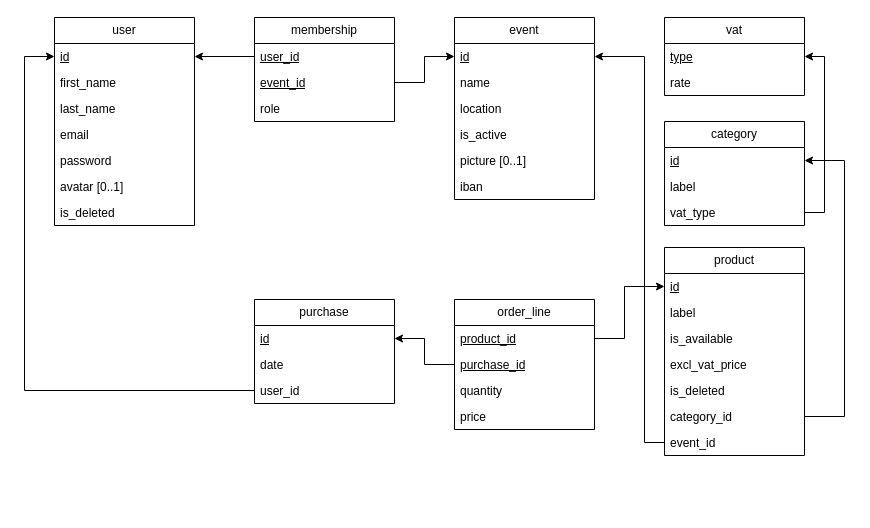
This is database/docs/relational_schema.drawio from maxoux53/smartkiosk, a draw.io file, before an edit. Source tidied: cells renumbered, new cells numbered last; positions are measured from the earlier drawing's top-left corner, leaving out a move shared by most shapes. Both pictures are drawn from the tidied source at 100%, with x=0, y=0 at pixel (24, 17).
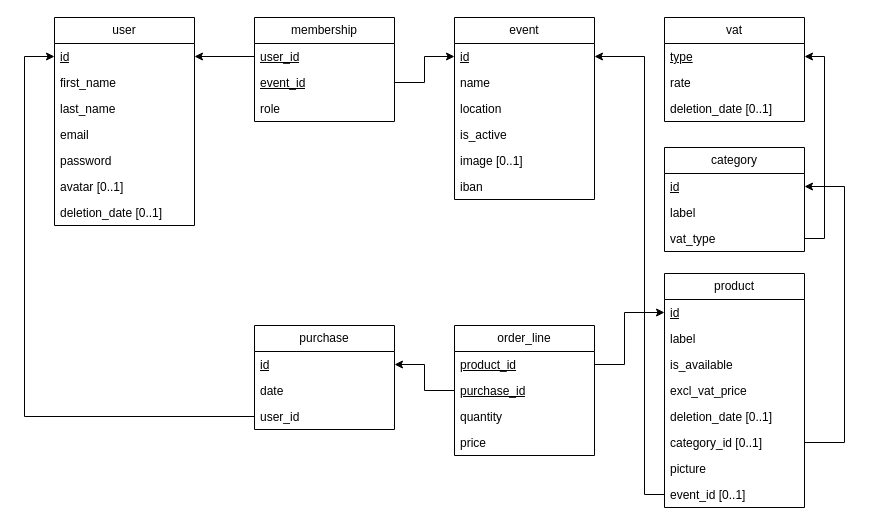
The same diagram, later.

Commit message (it also covers changes not shown here):
docs: make diagrams crud-compatible

Unchanged cells that the change refers to:
```xml
<mxCell id="2" value="user" style="swimlane;fontStyle=0;horizontal=1;startSize=26;fillColor=none;whiteSpace=wrap;html=1;" parent="1" vertex="1">
  <mxGeometry x="30" width="140" height="208" as="geometry" />
</mxCell>
<mxCell id="3" value="id" style="text;strokeColor=none;fillColor=none;align=left;verticalAlign=top;spacingLeft=4;spacingRight=4;overflow=hidden;points=[[0,0.5],[1,0.5]];portConstraint=eastwest;whiteSpace=wrap;html=1;fontStyle=4;" parent="2" vertex="1">
  <mxGeometry y="26" width="140" height="26" as="geometry" />
</mxCell>
<mxCell id="10" value="event" style="swimlane;fontStyle=0;horizontal=1;startSize=26;fillColor=none;whiteSpace=wrap;html=1;" parent="1" vertex="1">
  <mxGeometry x="430" width="140" height="182" as="geometry" />
</mxCell>
<mxCell id="11" value="id" style="text;strokeColor=none;fillColor=none;align=left;verticalAlign=top;spacingLeft=4;spacingRight=4;overflow=hidden;points=[[0,0.5],[1,0.5]];portConstraint=eastwest;whiteSpace=wrap;html=1;fontStyle=4;" parent="10" vertex="1">
  <mxGeometry y="26" width="140" height="26" as="geometry" />
</mxCell>
<mxCell id="20" value="user_id" style="text;strokeColor=none;fillColor=none;align=left;verticalAlign=top;spacingLeft=4;spacingRight=4;overflow=hidden;points=[[0,0.5],[1,0.5]];portConstraint=eastwest;whiteSpace=wrap;html=1;" parent="17" vertex="1">
  <mxGeometry y="78" width="140" height="26" as="geometry" />
</mxCell>
<mxCell id="22" value="id" style="text;strokeColor=none;fillColor=none;align=left;verticalAlign=top;spacingLeft=4;spacingRight=4;overflow=hidden;points=[[0,0.5],[1,0.5]];portConstraint=eastwest;whiteSpace=wrap;html=1;fontStyle=4;" parent="21" vertex="1">
  <mxGeometry y="26" width="140" height="26" as="geometry" />
</mxCell>
<mxCell id="30" value="id" style="text;strokeColor=none;fillColor=none;align=left;verticalAlign=top;spacingLeft=4;spacingRight=4;overflow=hidden;points=[[0,0.5],[1,0.5]];portConstraint=eastwest;whiteSpace=wrap;html=1;fontStyle=4;" parent="29" vertex="1">
  <mxGeometry y="26" width="140" height="26" as="geometry" />
</mxCell>
<mxCell id="32" value="vat_type" style="text;strokeColor=none;fillColor=none;align=left;verticalAlign=top;spacingLeft=4;spacingRight=4;overflow=hidden;points=[[0,0.5],[1,0.5]];portConstraint=eastwest;whiteSpace=wrap;html=1;" parent="29" vertex="1">
  <mxGeometry y="78" width="140" height="26" as="geometry" />
</mxCell>
<mxCell id="34" value="type" style="text;strokeColor=none;fillColor=none;align=left;verticalAlign=top;spacingLeft=4;spacingRight=4;overflow=hidden;points=[[0,0.5],[1,0.5]];portConstraint=eastwest;whiteSpace=wrap;html=1;fontStyle=4;" parent="33" vertex="1">
  <mxGeometry y="26" width="140" height="26" as="geometry" />
</mxCell>
<mxCell id="49" value="product_id" style="text;strokeColor=none;fillColor=none;align=left;verticalAlign=top;spacingLeft=4;spacingRight=4;overflow=hidden;points=[[0,0.5],[1,0.5]];portConstraint=eastwest;whiteSpace=wrap;html=1;fontStyle=4;" parent="48" vertex="1">
  <mxGeometry y="26" width="140" height="26" as="geometry" />
</mxCell>
```

What changed in the source:
```diff
@@
-    <mxCell id="9" value="is_deleted" style="text;strokeColor=none;fillColor=none;align=left;verticalAlign=top;spacingLeft=4;spacingRight=4;overflow=hidden;whiteSpace=wrap;html=1;" parent="2" vertex="1">
+    <mxCell id="9" value="deletion_date [0..1]" style="text;strokeColor=none;fillColor=none;align=left;verticalAlign=top;spacingLeft=4;spacingRight=4;overflow=hidden;whiteSpace=wrap;html=1;" parent="2" vertex="1">
       <mxGeometry y="182" width="140" height="26" as="geometry" />
     </mxCell>
@@
-    <mxCell id="15" value="picture [0..1]" style="text;strokeColor=none;fillColor=none;align=left;verticalAlign=top;spacingLeft=4;spacingRight=4;overflow=hidden;whiteSpace=wrap;html=1;" parent="10" vertex="1">
+    <mxCell id="15" value="image [0..1]" style="text;strokeColor=none;fillColor=none;align=left;verticalAlign=top;spacingLeft=4;spacingRight=4;overflow=hidden;whiteSpace=wrap;html=1;" parent="10" vertex="1">
       <mxGeometry y="130" width="140" height="26" as="geometry" />
     </mxCell>
@@
     <mxCell id="17" value="purchase" style="swimlane;fontStyle=0;horizontal=1;startSize=26;fillColor=none;whiteSpace=wrap;html=1;" parent="1" vertex="1">
-      <mxGeometry x="230" y="282" width="140" height="104" as="geometry" />
+      <mxGeometry x="230" y="308" width="140" height="104" as="geometry" />
     </mxCell>
@@
     <mxCell id="21" value="product" style="swimlane;fontStyle=0;horizontal=1;startSize=26;fillColor=none;whiteSpace=wrap;html=1;" parent="1" vertex="1">
-      <mxGeometry x="640" y="230" width="140" height="208" as="geometry" />
+      <mxGeometry x="640" y="256" width="140" height="234" as="geometry" />
     </mxCell>
@@
-    <mxCell id="26" value="is_deleted" style="text;strokeColor=none;fillColor=none;align=left;verticalAlign=top;spacingLeft=4;spacingRight=4;overflow=hidden;whiteSpace=wrap;html=1;" parent="21" vertex="1">
+    <mxCell id="26" value="deletion_date [0..1]" style="text;strokeColor=none;fillColor=none;align=left;verticalAlign=top;spacingLeft=4;spacingRight=4;overflow=hidden;whiteSpace=wrap;html=1;" parent="21" vertex="1">
       <mxGeometry y="130" width="140" height="26" as="geometry" />
     </mxCell>
-    <mxCell id="27" value="category_id" style="text;strokeColor=none;fillColor=none;align=left;verticalAlign=top;spacingLeft=4;spacingRight=4;overflow=hidden;points=[[0,0.5],[1,0.5]];portConstraint=eastwest;whiteSpace=wrap;html=1;" parent="21" vertex="1">
+    <mxCell id="27" value="category_id [0..1]" style="text;strokeColor=none;fillColor=none;align=left;verticalAlign=top;spacingLeft=4;spacingRight=4;overflow=hidden;points=[[0,0.5],[1,0.5]];portConstraint=eastwest;whiteSpace=wrap;html=1;" parent="21" vertex="1">
       <mxGeometry y="156" width="140" height="26" as="geometry" />
     </mxCell>
+    <mxCell id="53" value="picture" style="text;strokeColor=none;fillColor=none;align=left;verticalAlign=top;spacingLeft=4;spacingRight=4;overflow=hidden;whiteSpace=wrap;html=1;" parent="21" vertex="1">
+      <mxGeometry y="182" width="140" height="26" as="geometry" />
+    </mxCell>
-    <mxCell id="28" value="event_id" style="text;strokeColor=none;fillColor=none;align=left;verticalAlign=top;spacingLeft=4;spacingRight=4;overflow=hidden;points=[[0,0.5],[1,0.5]];portConstraint=eastwest;whiteSpace=wrap;html=1;" parent="21" vertex="1">
-      <mxGeometry y="182" width="140" height="26" as="geometry" />
+    <mxCell id="28" value="event_id [0..1]" style="text;strokeColor=none;fillColor=none;align=left;verticalAlign=top;spacingLeft=4;spacingRight=4;overflow=hidden;points=[[0,0.5],[1,0.5]];portConstraint=eastwest;whiteSpace=wrap;html=1;" parent="21" vertex="1">
+      <mxGeometry y="208" width="140" height="26" as="geometry" />
     </mxCell>
     <mxCell id="29" value="category" style="swimlane;fontStyle=0;horizontal=1;startSize=26;fillColor=none;whiteSpace=wrap;html=1;" parent="1" vertex="1">
-      <mxGeometry x="640" y="104" width="140" height="104" as="geometry" />
+      <mxGeometry x="640" y="130" width="140" height="104" as="geometry" />
     </mxCell>
@@
     <mxCell id="33" value="vat" style="swimlane;fontStyle=0;horizontal=1;startSize=26;fillColor=none;whiteSpace=wrap;html=1;" parent="1" vertex="1">
-      <mxGeometry x="640" width="140" height="78" as="geometry" />
+      <mxGeometry x="640" width="140" height="104" as="geometry" />
     </mxCell>
@@
+    <mxCell id="54" value="deletion_date [0..1]" style="text;strokeColor=none;fillColor=none;align=left;verticalAlign=top;spacingLeft=4;spacingRight=4;overflow=hidden;whiteSpace=wrap;html=1;" parent="33" vertex="1">
+      <mxGeometry y="78" width="140" height="26" as="geometry" />
+    </mxCell>
@@
     <mxCell id="42" style="edgeStyle=orthogonalEdgeStyle;rounded=0;jettySize=auto;html=1;exitX=0;exitY=0.5;exitDx=0;exitDy=0;entryX=0;entryY=0.5;entryDx=0;entryDy=0;" parent="1" edge="1" source="20" target="3">
       <mxGeometry relative="1" as="geometry">
         <Array as="points">
-          <mxPoint y="373" />
+          <mxPoint y="399" />
           <mxPoint y="39" />
         </Array>
       </mxGeometry>
     </mxCell>
@@
     <mxCell id="44" style="edgeStyle=orthogonalEdgeStyle;rounded=0;jettySize=auto;html=1;exitX=1;exitY=0.5;exitDx=0;exitDy=0;entryX=0;entryY=0.5;entryDx=0;entryDy=0;" parent="1" edge="1" source="49" target="22">
       <mxGeometry relative="1" as="geometry">
         <Array as="points">
-          <mxPoint x="600" y="321" />
-          <mxPoint x="600" y="269" />
+          <mxPoint x="600" y="347" />
+          <mxPoint x="600" y="295" />
         </Array>
       </mxGeometry>
     </mxCell>
     <mxCell id="45" style="edgeStyle=orthogonalEdgeStyle;rounded=0;jettySize=auto;html=1;exitX=0;exitY=0.5;exitDx=0;exitDy=0;entryX=1;entryY=0.5;entryDx=0;entryDy=0;" parent="1" edge="1" source="28" target="11">
       <mxGeometry relative="1" as="geometry">
         <Array as="points">
-          <mxPoint x="620" y="425" />
+          <mxPoint x="620" y="477" />
           <mxPoint x="620" y="39" />
         </Array>
       </mxGeometry>
     </mxCell>
     <mxCell id="46" style="edgeStyle=orthogonalEdgeStyle;rounded=0;jettySize=auto;html=1;exitX=1;exitY=0.5;exitDx=0;exitDy=0;entryX=1;entryY=0.5;entryDx=0;entryDy=0;" parent="1" edge="1" source="27" target="30">
       <mxGeometry relative="1" as="geometry">
         <Array as="points">
-          <mxPoint x="820" y="399" />
-          <mxPoint x="820" y="143" />
+          <mxPoint x="820" y="425" />
+          <mxPoint x="820" y="169" />
         </Array>
       </mxGeometry>
     </mxCell>
     <mxCell id="47" style="edgeStyle=orthogonalEdgeStyle;rounded=0;jettySize=auto;html=1;exitX=1;exitY=0.5;exitDx=0;exitDy=0;entryX=1;entryY=0.5;entryDx=0;entryDy=0;" parent="1" edge="1" source="32" target="34">
       <mxGeometry relative="1" as="geometry">
         <Array as="points">
-          <mxPoint x="800" y="195" />
+          <mxPoint x="800" y="221" />
           <mxPoint x="800" y="39" />
         </Array>
       </mxGeometry>
     </mxCell>
     <mxCell id="48" value="order_line" style="swimlane;fontStyle=0;horizontal=1;startSize=26;fillColor=none;whiteSpace=wrap;html=1;" parent="1" vertex="1">
-      <mxGeometry x="430" y="282" width="140" height="130" as="geometry" />
+      <mxGeometry x="430" y="308" width="140" height="130" as="geometry" />
     </mxCell>
```
